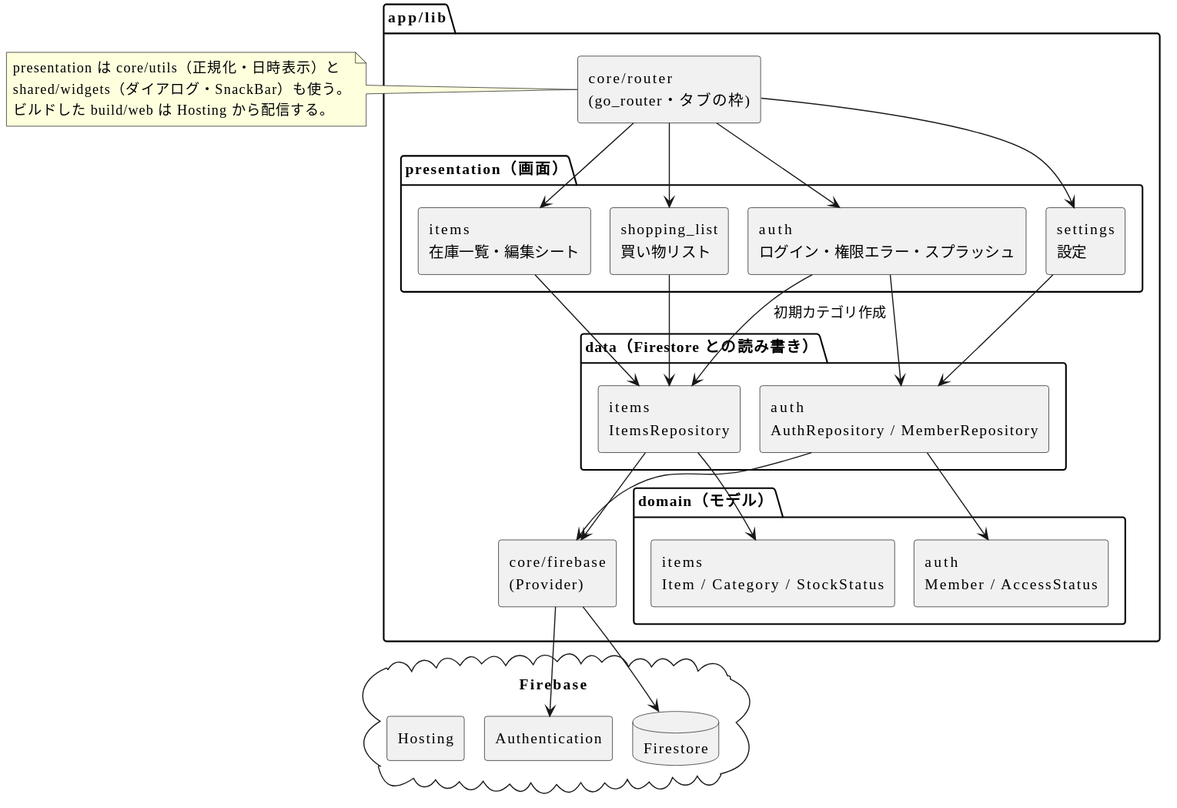
The PlantUML diagram design/architecture/diagrams/components.svg in LASC-SINCE2015/LivingManager, before a commit.
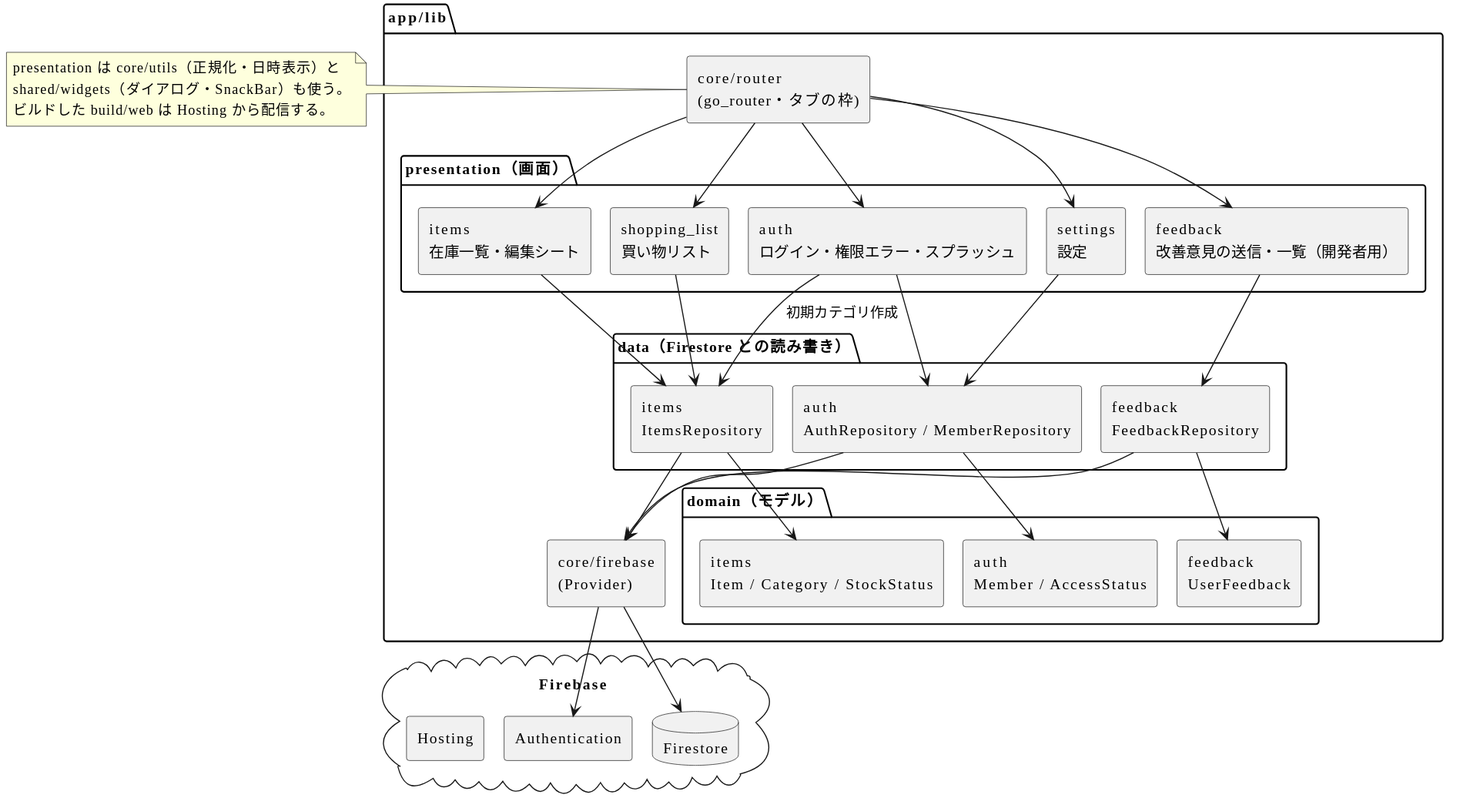
Later version of the same file.

Change to the diagram source:
```diff
@@ -12,16 +12,19 @@
     [items\n在庫一覧・編集シート] as itemsP
     [shopping_list\n買い物リスト] as shopP
     [settings\n設定] as setP
+    [feedback\n改善意見の送信・一覧（開発者用）] as fbP
   }
 
   package "data（Firestore との読み書き）" {
     [auth\nAuthRepository / MemberRepository] as authD
     [items\nItemsRepository] as itemsD
+    [feedback\nFeedbackRepository] as fbD
   }
 
   package "domain（モデル）" {
     [auth\nMember / AccessStatus] as authM
     [items\nItem / Category / StockStatus] as itemsM
+    [feedback\nUserFeedback] as fbM
   }
 
   [core/firebase\n(Provider)] as fbp
@@ -37,18 +40,22 @@
 router --> itemsP
 router --> shopP
 router --> setP
+router --> fbP
 
 authP --> authD
 authP --> itemsD : 初期カテゴリ作成
 itemsP --> itemsD
 shopP --> itemsD
 setP --> authD
+fbP --> fbD
 
 authD --> authM
 itemsD --> itemsM
+fbD --> fbM
 
 authD --> fbp
 itemsD --> fbp
+fbD --> fbp
 fbp --> auth
 fbp --> fs
 
```
